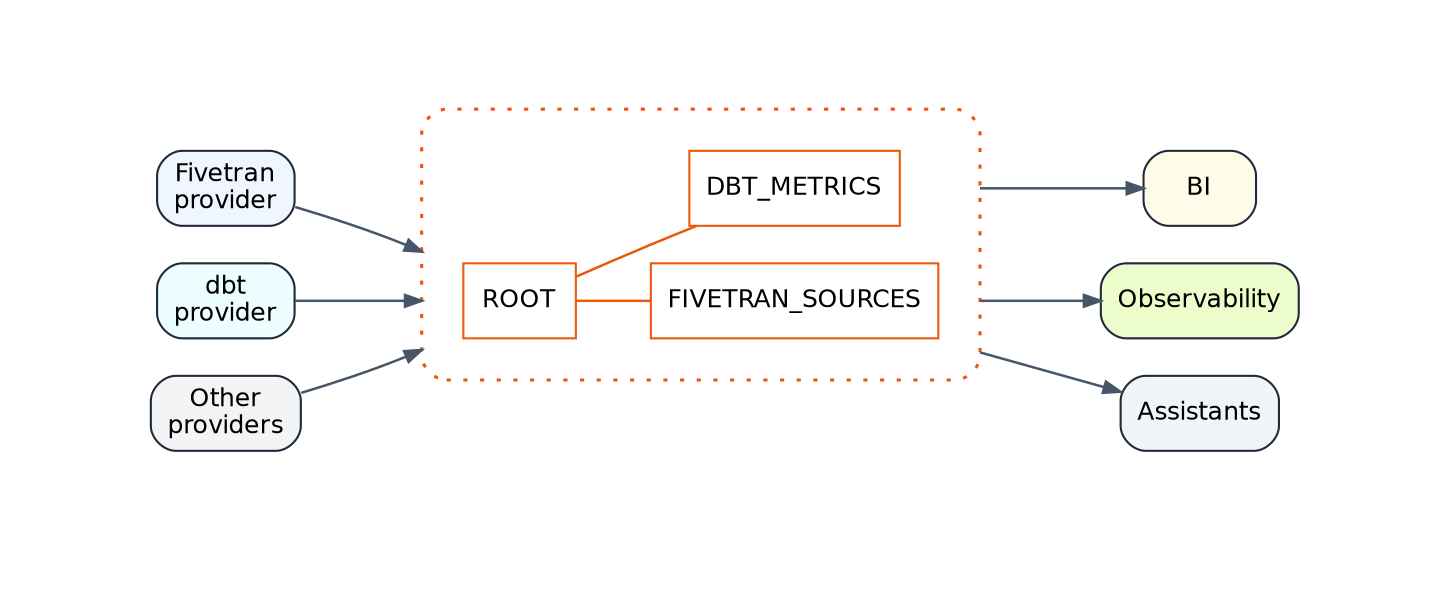
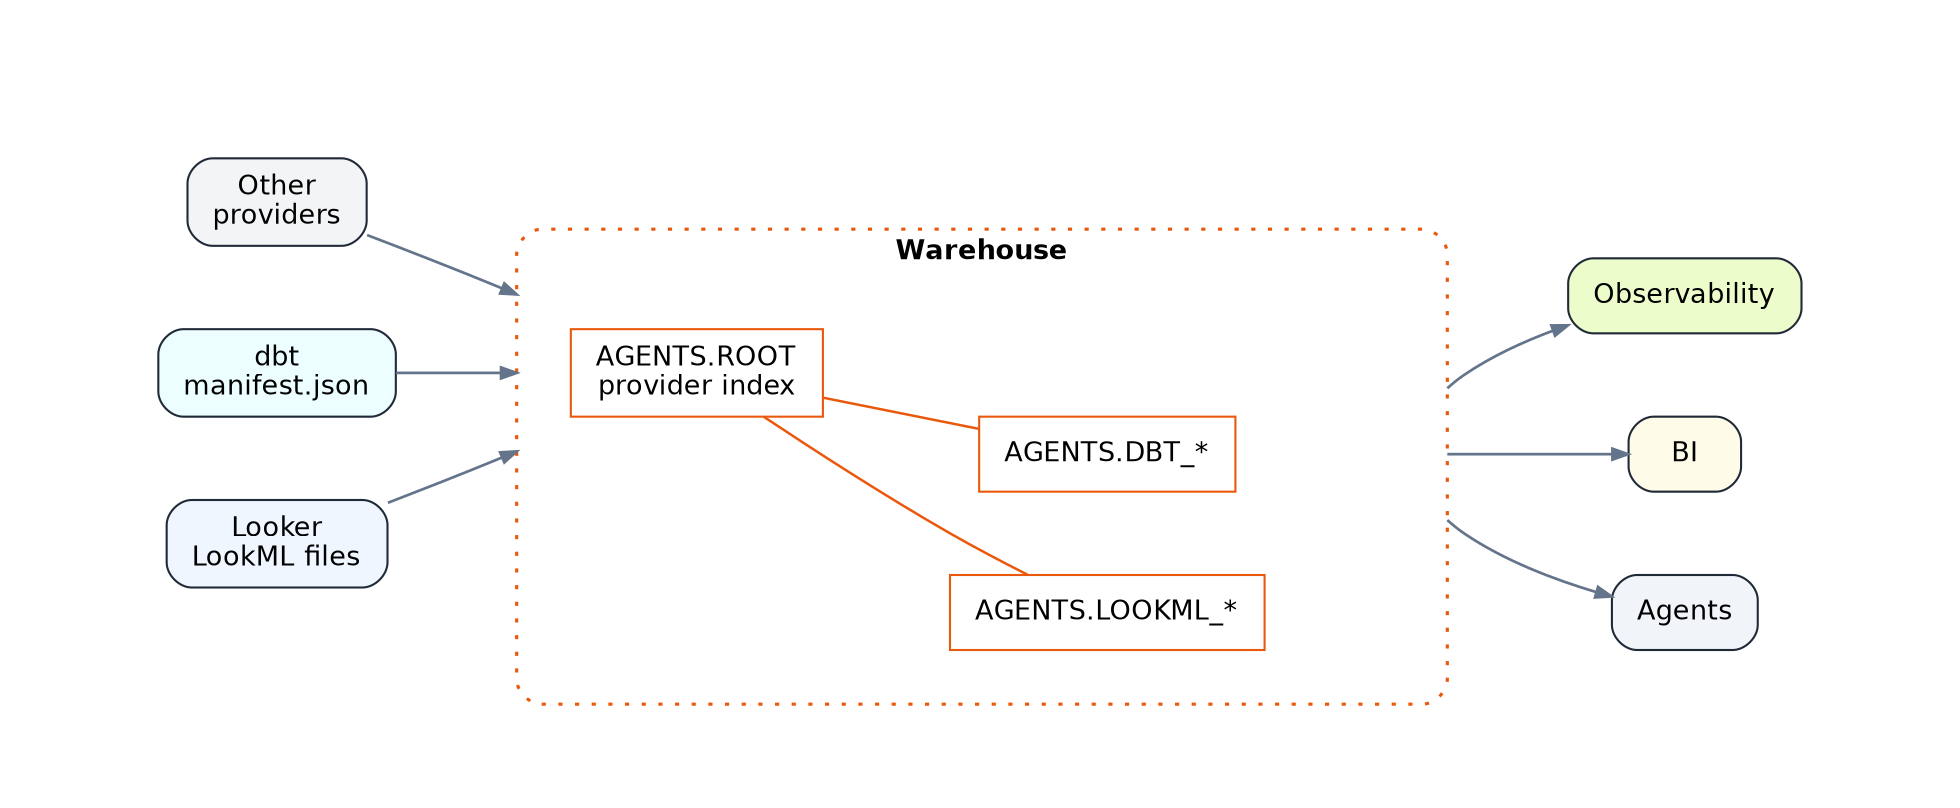
- digraph AgentsSchemaOverviewOption1 {
+ digraph AgentsSchemaOverview {
  rankdir=LR;
-   graph [bgcolor="white", pad="0.2"];
-   node [fontname="Helvetica", fontsize=12];
-   edge [color="#475569", penwidth=1.2, arrowsize=0.8];
+   graph [bgcolor="white", pad="0.25", nodesep="0.55", ranksep="0.85"];
+   node [fontname="Helvetica", fontsize=13, margin="0.16,0.10"];
+   edge [color="#64748b", penwidth=1.3, arrowsize=0.75];

  subgraph cluster_providers {
    label="";
    style="invis";
    margin=50;

-     fivetran_provider [label="Fivetran\nprovider", shape=box, style="rounded,filled", fillcolor="#eff6ff", color="#1f2937"];
-     dbt_provider [label="dbt\nprovider", shape=box, style="rounded,filled", fillcolor="#ecfeff", color="#1f2937"];
    other_providers [label="Other\nproviders", shape=box, style="rounded,filled", fillcolor="#f3f4f6", color="#1f2937"];
+     dbt_provider [label="dbt\nmanifest.json", shape=box, style="rounded,filled", fillcolor="#ecfeff", color="#1f2937"];
+     looker_provider [label="Looker\nLookML files", shape=box, style="rounded,filled", fillcolor="#eff6ff", color="#1f2937"];
+     { rank=same; looker_provider; dbt_provider; other_providers; }
  }

  subgraph cluster_schema {
-     label="";
+     label="Warehouse";
+     fontname="Helvetica-Bold";
+     fontsize=13;
+     labelloc="t";
    style="rounded,dotted";
-     margin=20;
+     margin=26;
    color="#ea580c";
    penwidth=1.5;

-     fivetran_sources [label="FIVETRAN_SOURCES", shape=box, style="filled", fillcolor="white", color="#ea580c"];
-     root [label="ROOT", shape=box, style="filled", fillcolor="white", color="#ea580c"];
-     dbt_metrics [label="DBT_METRICS", shape=box, style="filled", fillcolor="white", color="#ea580c"];
+     lookml [label="AGENTS.LOOKML_*", shape=box, style="filled", fillcolor="white", color="#ea580c"];
+     root [label="AGENTS.ROOT\nprovider index", shape=box, style="filled", fillcolor="white", color="#ea580c"];
+     dbt_tables [label="AGENTS.DBT_*", shape=box, style="filled", fillcolor="white", color="#ea580c"];
+     egress [label="", shape=point, width=0.01, height=0.01, style=invis];

-     { rank=same; fivetran_sources; dbt_metrics; }
+     { rank=same; lookml; dbt_tables; }

-     root -> fivetran_sources [dir=none, color="#ea580c", penwidth=1.2];
-     root -> dbt_metrics [dir=none, color="#ea580c", penwidth=1.2];
+     root -> lookml [dir=none, color="#ea580c", penwidth=1.2];
+     root -> dbt_tables [dir=none, color="#ea580c", penwidth=1.2];
+     root -> egress [dir=none, style=invis, weight=4];
+     lookml -> egress [dir=none, style=invis, weight=4];
+     dbt_tables -> egress [dir=none, style=invis, weight=4];
  }

  subgraph cluster_consumers {
    label="";
    style="invis";
    margin=50;

+     observability [label="Observability", shape=box, style="rounded,filled", fillcolor="#ecfccb", color="#1f2937"];
    bi [label="BI", shape=box, style="rounded,filled", fillcolor="#fefce8", color="#1f2937"];
-     observability [label="Observability", shape=box, style="rounded,filled", fillcolor="#ecfccb", color="#1f2937"];
-     assistants [label="Assistants", shape=box, style="rounded,filled", fillcolor="#f1f5f9", color="#1f2937"];
+     agents [label="Agents", shape=box, style="rounded,filled", fillcolor="#f1f5f9", color="#1f2937"];
+     { rank=same; agents; bi; observability; }
  }

  compound=true;

-   fivetran_provider -> root [lhead=cluster_schema];
+   looker_provider -> root [lhead=cluster_schema];
  dbt_provider -> root [lhead=cluster_schema];
  other_providers -> root [lhead=cluster_schema];

-   dbt_metrics -> bi [ltail=cluster_schema];
-   fivetran_sources -> assistants [ltail=cluster_schema];
-   fivetran_sources -> observability [ltail=cluster_schema];
+   egress -> agents [ltail=cluster_schema];
+   egress -> observability [ltail=cluster_schema];
+   egress -> bi [ltail=cluster_schema];
}
